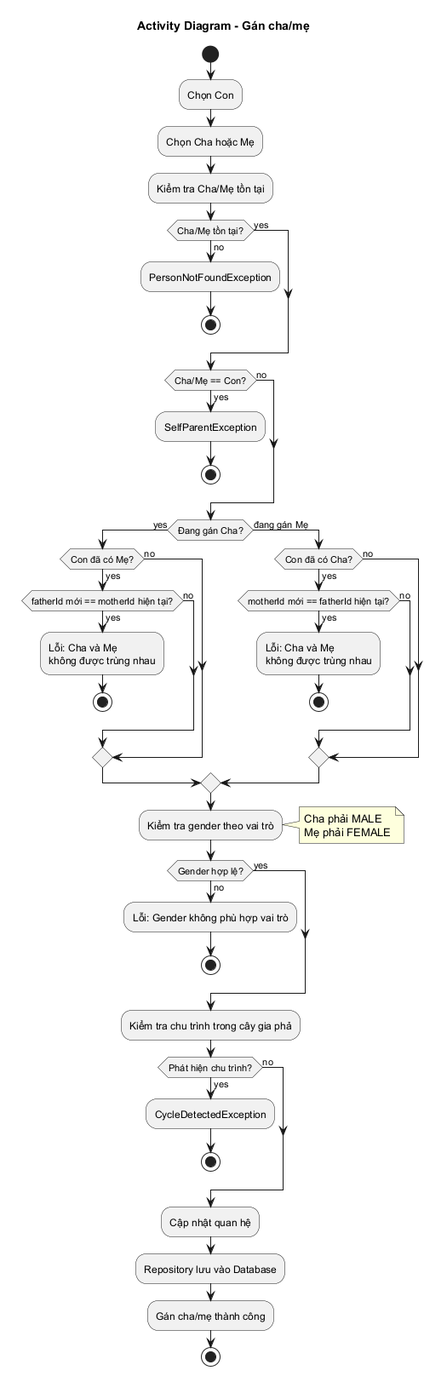
Earlier version of the PlantUML export docs/uml/activity-assign-parent.png (minhchien170704/do-an-gia-pha).
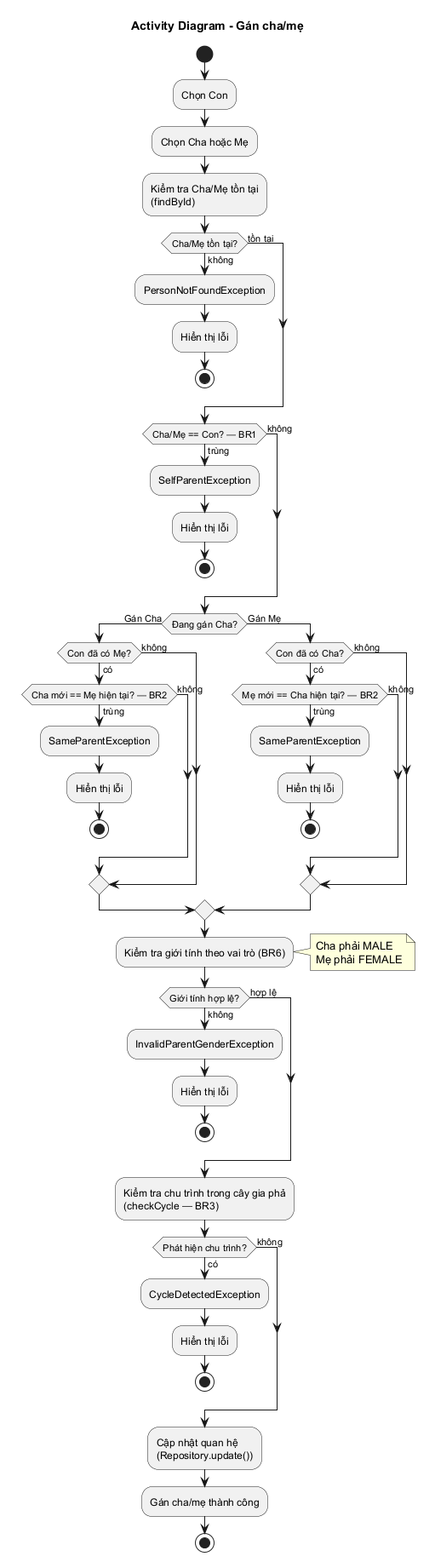
Above is the later version.

Change to the diagram source:
```diff
@@ -8,62 +8,68 @@
 
 :Chọn Cha hoặc Mẹ;
 
-:Kiểm tra Cha/Mẹ tồn tại;
+:Kiểm tra Cha/Mẹ tồn tại\n(findById);
 
-if (Cha/Mẹ tồn tại?) then (yes)
-else (no)
+if (Cha/Mẹ tồn tại?) then (tồn tại)
+else (không)
   :PersonNotFoundException;
+  :Hiển thị lỗi;
   stop
 endif
 
-if (Cha/Mẹ == Con?) then (yes)
+if (Cha/Mẹ == Con? — BR1) then (trùng)
   :SelfParentException;
+  :Hiển thị lỗi;
   stop
-else (no)
+else (không)
 endif
 
-if (Đang gán Cha?) then (yes)
-  if (Con đã có Mẹ?) then (yes)
-    if (fatherId mới == motherId hiện tại?) then (yes)
-      :Lỗi: Cha và Mẹ\nkhông được trùng nhau;
+if (Đang gán Cha?) then (Gán Cha)
+  if (Con đã có Mẹ?) then (có)
+    if (Cha mới == Mẹ hiện tại? — BR2) then (trùng)
+      :SameParentException;
+      :Hiển thị lỗi;
       stop
-    else (no)
+    else (không)
     endif
-  else (no)
+  else (không)
   endif
-else (đang gán Mẹ)
-  if (Con đã có Cha?) then (yes)
-    if (motherId mới == fatherId hiện tại?) then (yes)
-      :Lỗi: Cha và Mẹ\nkhông được trùng nhau;
+else (Gán Mẹ)
+  if (Con đã có Cha?) then (có)
+    if (Mẹ mới == Cha hiện tại? — BR2) then (trùng)
+      :SameParentException;
+      :Hiển thị lỗi;
       stop
-    else (no)
+    else (không)
     endif
-  else (no)
+  else (không)
   endif
 endif
 
-:Kiểm tra gender theo vai trò;
+:Kiểm tra giới tính theo vai trò (BR6);
 note right
   Cha phải MALE
   Mẹ phải FEMALE
 end note
 
-if (Gender hợp lệ?) then (yes)
-else (no)
-  :Lỗi: Gender không phù hợp vai trò;
+if (Giới tính hợp lệ?) then (hợp lệ)
+else (không)
+  :InvalidParentGenderException;
+  :Hiển thị lỗi;
   stop
 endif
 
-:Kiểm tra chu trình trong cây gia phả;
+:Kiểm tra chu trình trong cây gia phả\n(checkCycle — BR3);
 
-if (Phát hiện chu trình?) then (yes)
+if (Phát hiện chu trình?) then (có)
   :CycleDetectedException;
+  :Hiển thị lỗi;
   stop
-else (no)
+else (không)
 endif
 
-:Cập nhật quan hệ;
-:Repository lưu vào Database;
+:Cập nhật quan hệ\n(Repository.update());
+
 :Gán cha/mẹ thành công;
 
 stop
```
